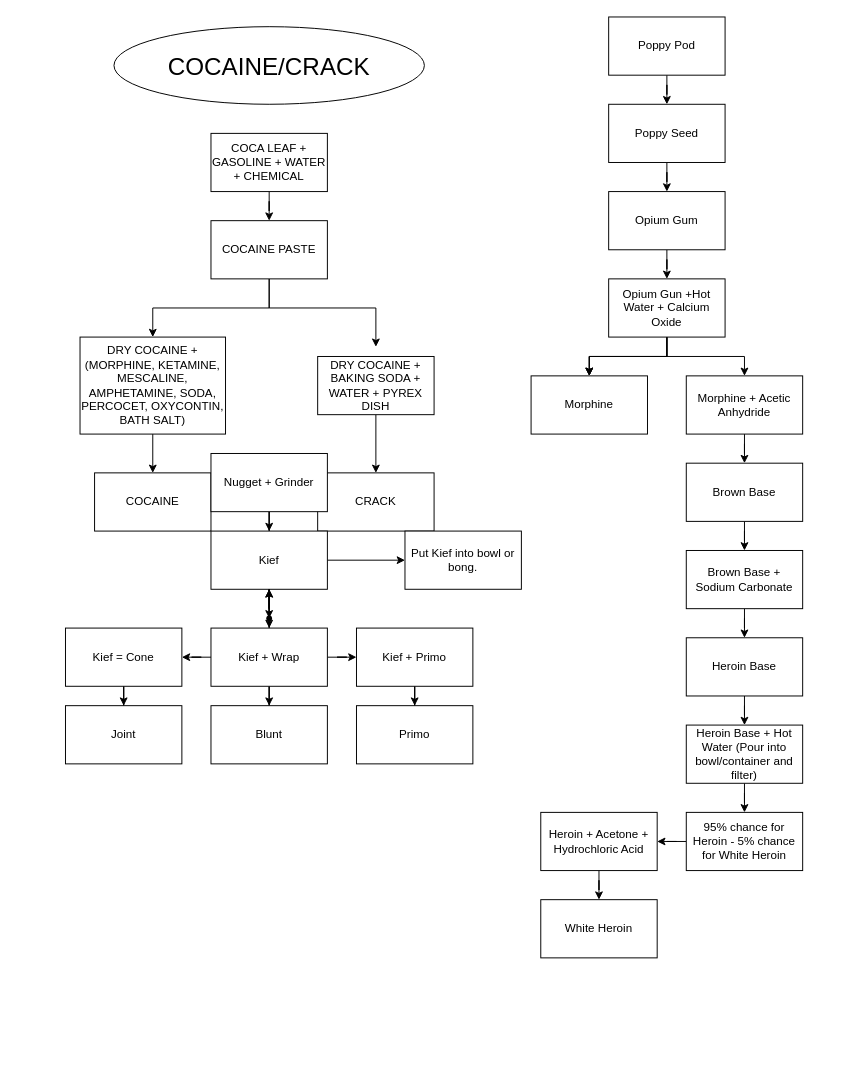
Before: Untitled Diagram.drawio in kloudxmurder/flowchart, a draw.io diagram. Source tidied: cells renumbered, new cells numbered last; positions are measured from the earlier drawing's top-left corner, leaving out a move shared by most shapes. Both pictures are drawn from the tidied source at 97%, with x=0, y=0 at pixel (65, 16).
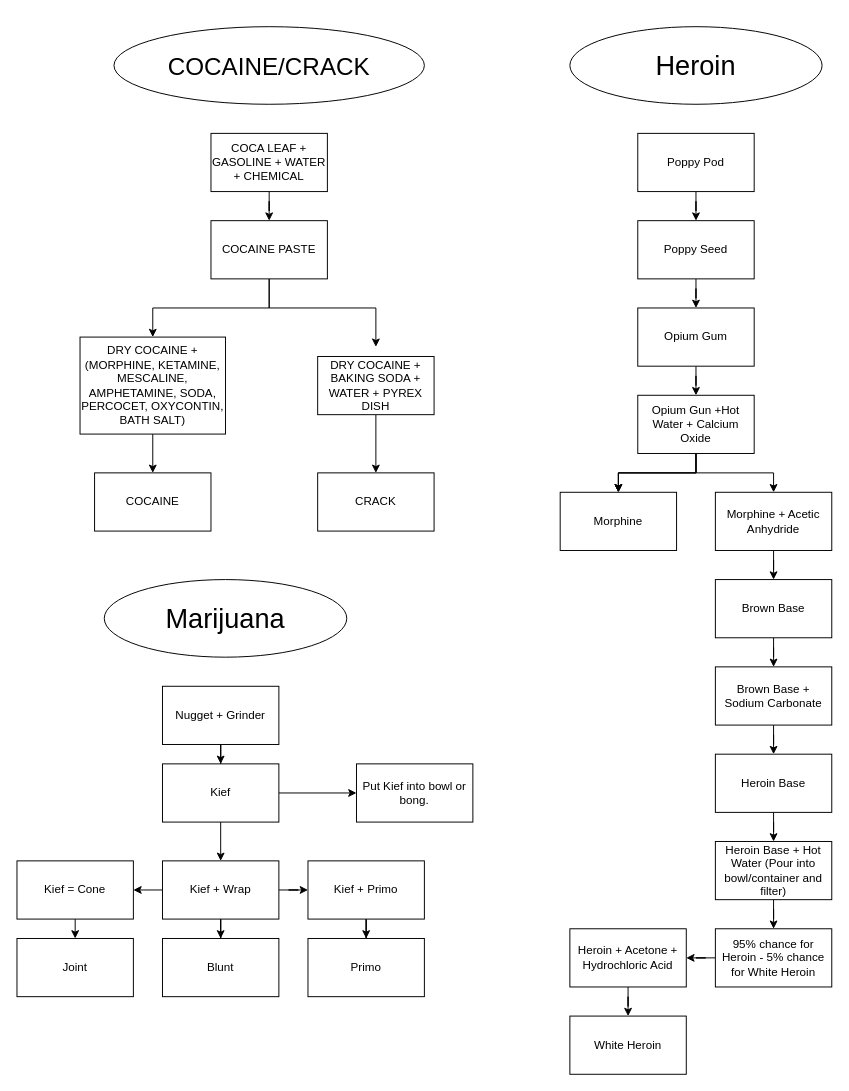
Above is the later version.

Change to the diagram source:
```diff
@@
     <mxCell id="15" value="Nugget + Grinder" style="rounded=0;whiteSpace=wrap;html=1;" parent="1" vertex="1">
-      <mxGeometry x="150" y="450" width="120" height="60" as="geometry" />
+      <mxGeometry x="100" y="690" width="120" height="60" as="geometry" />
     </mxCell>
-    <mxCell id="16" style="edgeStyle=orthogonalEdgeStyle;rounded=0;jettySize=auto;html=1;" parent="1" edge="1" source="18" target="22">
-      <mxGeometry relative="1" as="geometry" />
-    </mxCell>
@@
+    <mxCell id="62" style="edgeStyle=orthogonalEdgeStyle;rounded=0;jettySize=auto;html=1;" parent="1" edge="1" source="18" target="26">
+      <mxGeometry relative="1" as="geometry" />
+    </mxCell>
     <mxCell id="18" value="Kief" style="rounded=0;whiteSpace=wrap;html=1;" parent="1" vertex="1">
-      <mxGeometry x="150" y="530" width="120" height="60" as="geometry" />
+      <mxGeometry x="100" y="770" width="120" height="60" as="geometry" />
     </mxCell>
-    <mxCell id="19" style="edgeStyle=orthogonalEdgeStyle;rounded=0;jettySize=auto;html=1;" parent="1" edge="1" source="22" target="18">
-      <mxGeometry relative="1" as="geometry" />
-    </mxCell>
-    <mxCell id="20" style="edgeStyle=orthogonalEdgeStyle;rounded=0;jettySize=auto;html=1;" parent="1" edge="1" source="22" target="18">
-      <mxGeometry relative="1" as="geometry" />
-    </mxCell>
-    <mxCell id="21" style="edgeStyle=orthogonalEdgeStyle;rounded=0;jettySize=auto;html=1;" parent="1" edge="1" source="22" target="26">
-      <mxGeometry relative="1" as="geometry" />
-    </mxCell>
-    <mxCell id="22" style="shape=waypoint;sketch=0;size=6;points=[];fillColor=default;perimeter=centerPerimeter;snapToPoint=1;rounded=0;" parent="1" vertex="1">
-      <mxGeometry x="200" y="610" width="20" height="20" as="geometry" />
-    </mxCell>
@@
-    <mxCell id="24" style="edgeStyle=orthogonalEdgeStyle;rounded=0;jettySize=auto;html=1;" parent="1" edge="1" source="26" target="30">
-      <mxGeometry relative="1" as="geometry" />
+    <mxCell id="24" style="edgeStyle=orthogonalEdgeStyle;rounded=0;jettySize=auto;html=1;" parent="1" edge="1" source="26">
+      <mxGeometry relative="1" as="geometry">
+        <mxPoint x="70" y="900" as="targetPoint" />
+      </mxGeometry>
     </mxCell>
@@
     <mxCell id="26" value="Kief + Wrap" style="whiteSpace=wrap;html=1;sketch=0;rounded=0;" parent="1" vertex="1">
-      <mxGeometry x="150" y="630" width="120" height="60" as="geometry" />
+      <mxGeometry x="100" y="870" width="120" height="60" as="geometry" />
     </mxCell>
@@
     <mxCell id="28" value="Kief + Primo" style="whiteSpace=wrap;html=1;sketch=0;rounded=0;" parent="1" vertex="1">
-      <mxGeometry x="300" y="630" width="120" height="60" as="geometry" />
+      <mxGeometry x="250" y="870" width="120" height="60" as="geometry" />
     </mxCell>
-    <mxCell id="29" style="edgeStyle=orthogonalEdgeStyle;rounded=0;jettySize=auto;html=1;" parent="1" edge="1" source="30" target="32">
-      <mxGeometry relative="1" as="geometry" />
+    <mxCell id="29" style="edgeStyle=orthogonalEdgeStyle;rounded=0;orthogonalLoop=1;jettySize=auto;html=1;" parent="1" edge="1">
+      <mxGeometry relative="1" as="geometry">
+        <mxPoint x="10" y="930" as="sourcePoint" />
+        <mxPoint x="10" y="950" as="targetPoint" />
+      </mxGeometry>
     </mxCell>
     <mxCell id="30" value="Kief = Cone" style="whiteSpace=wrap;html=1;sketch=0;rounded=0;" parent="1" vertex="1">
-      <mxGeometry y="630" width="120" height="60" as="geometry" />
+      <mxGeometry x="-50" y="870" width="120" height="60" as="geometry" />
     </mxCell>
     <mxCell id="31" value="Put Kief into bowl or bong." style="rounded=0;whiteSpace=wrap;html=1;" parent="1" vertex="1">
-      <mxGeometry x="350" y="530" width="120" height="60" as="geometry" />
+      <mxGeometry x="300" y="770" width="120" height="60" as="geometry" />
     </mxCell>
     <mxCell id="32" value="Joint" style="whiteSpace=wrap;html=1;sketch=0;rounded=0;" parent="1" vertex="1">
-      <mxGeometry y="710" width="120" height="60" as="geometry" />
+      <mxGeometry x="-50" y="950" width="120" height="60" as="geometry" />
     </mxCell>
     <mxCell id="33" value="Blunt" style="whiteSpace=wrap;html=1;sketch=0;rounded=0;" parent="1" vertex="1">
-      <mxGeometry x="150" y="710" width="120" height="60" as="geometry" />
+      <mxGeometry x="100" y="950" width="120" height="60" as="geometry" />
     </mxCell>
     <mxCell id="34" value="Primo" style="whiteSpace=wrap;html=1;sketch=0;rounded=0;" parent="1" vertex="1">
-      <mxGeometry x="300" y="710" width="120" height="60" as="geometry" />
+      <mxGeometry x="250" y="950" width="120" height="60" as="geometry" />
     </mxCell>
@@
     <mxCell id="36" value="Poppy Pod" style="rounded=0;whiteSpace=wrap;html=1;" parent="1" vertex="1">
-      <mxGeometry x="560" width="120" height="60" as="geometry" />
+      <mxGeometry x="590" y="120" width="120" height="60" as="geometry" />
     </mxCell>
@@
     <mxCell id="38" value="Poppy Seed" style="whiteSpace=wrap;html=1;rounded=0;" parent="1" vertex="1">
-      <mxGeometry x="560" y="90" width="120" height="60" as="geometry" />
+      <mxGeometry x="590" y="210" width="120" height="60" as="geometry" />
     </mxCell>
@@
     <mxCell id="40" value="Opium Gum" style="whiteSpace=wrap;html=1;rounded=0;" parent="1" vertex="1">
-      <mxGeometry x="560" y="180" width="120" height="60" as="geometry" />
+      <mxGeometry x="590" y="300" width="120" height="60" as="geometry" />
     </mxCell>
@@
     <mxCell id="45" value="Opium Gun +Hot Water + Calcium Oxide" style="whiteSpace=wrap;html=1;rounded=0;" parent="1" vertex="1">
-      <mxGeometry x="560" y="270" width="120" height="60" as="geometry" />
+      <mxGeometry x="590" y="390" width="120" height="60" as="geometry" />
     </mxCell>
     <mxCell id="46" value="Morphine" style="whiteSpace=wrap;html=1;rounded=0;" parent="1" vertex="1">
-      <mxGeometry x="480" y="370" width="120" height="60" as="geometry" />
+      <mxGeometry x="510" y="490" width="120" height="60" as="geometry" />
     </mxCell>
@@
     <mxCell id="48" value="Morphine + Acetic Anhydride" style="whiteSpace=wrap;html=1;rounded=0;" parent="1" vertex="1">
-      <mxGeometry x="640" y="370" width="120" height="60" as="geometry" />
+      <mxGeometry x="670" y="490" width="120" height="60" as="geometry" />
     </mxCell>
@@
     <mxCell id="50" value="Brown Base" style="whiteSpace=wrap;html=1;rounded=0;" parent="1" vertex="1">
-      <mxGeometry x="640" y="460" width="120" height="60" as="geometry" />
+      <mxGeometry x="670" y="580" width="120" height="60" as="geometry" />
     </mxCell>
@@
     <mxCell id="52" value="Brown Base + Sodium Carbonate" style="whiteSpace=wrap;html=1;rounded=0;" parent="1" vertex="1">
-      <mxGeometry x="640" y="550" width="120" height="60" as="geometry" />
+      <mxGeometry x="670" y="670" width="120" height="60" as="geometry" />
     </mxCell>
@@
     <mxCell id="54" value="Heroin Base" style="whiteSpace=wrap;html=1;rounded=0;" parent="1" vertex="1">
-      <mxGeometry x="640" y="640" width="120" height="60" as="geometry" />
+      <mxGeometry x="670" y="760" width="120" height="60" as="geometry" />
     </mxCell>
@@
     <mxCell id="56" value="Heroin Base + Hot Water (Pour into bowl/container and filter)" style="whiteSpace=wrap;html=1;rounded=0;" parent="1" vertex="1">
-      <mxGeometry x="640" y="730" width="120" height="60" as="geometry" />
+      <mxGeometry x="670" y="850" width="120" height="60" as="geometry" />
     </mxCell>
@@
     <mxCell id="58" value="95% chance for Heroin - 5% chance for White Heroin" style="whiteSpace=wrap;html=1;rounded=0;" parent="1" vertex="1">
-      <mxGeometry x="640" y="820" width="120" height="60" as="geometry" />
+      <mxGeometry x="670" y="940" width="120" height="60" as="geometry" />
     </mxCell>
@@
     <mxCell id="60" value="Heroin + Acetone + Hydrochloric Acid" style="whiteSpace=wrap;html=1;rounded=0;" parent="1" vertex="1">
-      <mxGeometry x="490" y="820" width="120" height="60" as="geometry" />
+      <mxGeometry x="520" y="940" width="120" height="60" as="geometry" />
     </mxCell>
     <mxCell id="61" value="White Heroin" style="whiteSpace=wrap;html=1;rounded=0;" parent="1" vertex="1">
-      <mxGeometry x="490" y="910" width="120" height="60" as="geometry" />
+      <mxGeometry x="520" y="1030" width="120" height="60" as="geometry" />
     </mxCell>
+    <mxCell id="63" value="&lt;font style=&quot;font-size: 28px;&quot;&gt;Heroin&lt;/font&gt;" style="ellipse;whiteSpace=wrap;html=1;" parent="1" vertex="1">
+      <mxGeometry x="520" y="10" width="260" height="80" as="geometry" />
+    </mxCell>
+    <mxCell id="64" value="&lt;font style=&quot;font-size: 28px;&quot;&gt;Marijuana&lt;/font&gt;" style="ellipse;whiteSpace=wrap;html=1;" parent="1" vertex="1">
+      <mxGeometry x="40" y="580" width="250" height="80" as="geometry" />
+    </mxCell>
```
